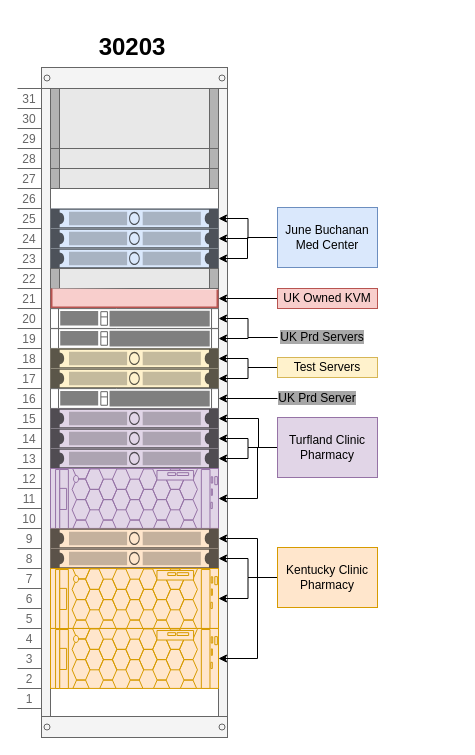
The draw.io diagram page "Page-2" (2 of 3) of Untitled Diagram.drawio in chazdky/Comp-Journals, before the edit. Source tidied: cells renumbered, new cells numbered last; positions are measured from the earlier drawing's top-left corner, leaving out a move shared by most shapes. Both pictures are drawn from the tidied source at 100%, with x=0, y=0 at pixel (17, 27).
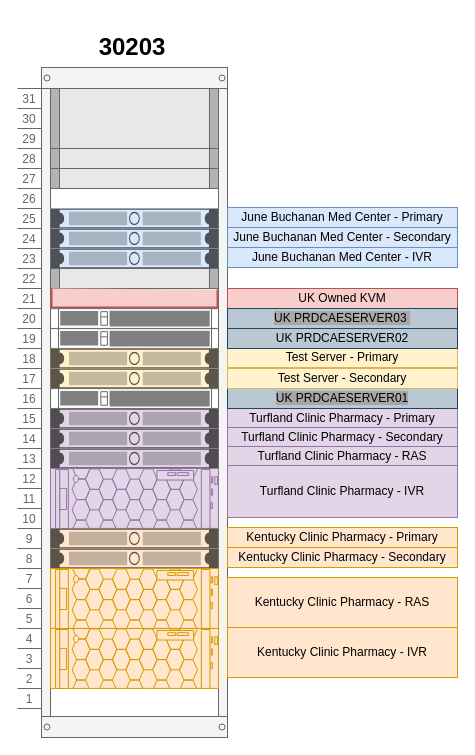
Above is the later version.

The change refers to these unchanged cells:
```xml
<mxCell id="6" style="strokeColor=#6c8ebf;html=1;labelPosition=right;align=left;spacingLeft=15;shadow=0;dashed=0;outlineConnect=0;shape=mxgraph.rack.general.1u_rack_server;fillColor=#dae8fc;" parent="2" vertex="1">
  <mxGeometry x="33" y="141" width="168" height="20" as="geometry" />
</mxCell>
<mxCell id="7" style="strokeColor=#6c8ebf;html=1;labelPosition=right;align=left;spacingLeft=15;shadow=0;dashed=0;outlineConnect=0;shape=mxgraph.rack.general.1u_rack_server;fillColor=#dae8fc;" parent="2" vertex="1">
  <mxGeometry x="33" y="161" width="168" height="20" as="geometry" />
</mxCell>
<mxCell id="8" style="strokeColor=#6c8ebf;html=1;labelPosition=right;align=left;spacingLeft=15;shadow=0;dashed=0;outlineConnect=0;shape=mxgraph.rack.general.1u_rack_server;fillColor=#dae8fc;" parent="2" vertex="1">
  <mxGeometry x="33" y="181" width="168" height="20" as="geometry" />
</mxCell>
<mxCell id="10" style="strokeColor=#b85450;html=1;labelPosition=right;align=left;spacingLeft=15;shadow=0;dashed=0;outlineConnect=0;shape=mxgraph.rackGeneral.shelf;fillColor=#f8cecc;" parent="2" vertex="1">
  <mxGeometry x="33" y="221" width="168" height="20" as="geometry" />
</mxCell>
<mxCell id="11" style="strokeColor=#666666;html=1;labelPosition=right;align=left;spacingLeft=15;shadow=0;dashed=0;outlineConnect=0;shape=mxgraph.rack.dell.poweredge_c4140;" parent="2" vertex="1">
  <mxGeometry x="33" y="241" width="168" height="20" as="geometry" />
</mxCell>
<mxCell id="12" style="strokeColor=#666666;html=1;labelPosition=right;align=left;spacingLeft=15;shadow=0;dashed=0;outlineConnect=0;shape=mxgraph.rack.dell.poweredge_c4140;" parent="2" vertex="1">
  <mxGeometry x="33" y="261" width="168" height="20" as="geometry" />
</mxCell>
<mxCell id="13" style="strokeColor=#d6b656;html=1;labelPosition=right;align=left;spacingLeft=15;shadow=0;dashed=0;outlineConnect=0;shape=mxgraph.rack.general.1u_rack_server;fillColor=#fff2cc;" parent="2" vertex="1">
  <mxGeometry x="33" y="281" width="168" height="20" as="geometry" />
</mxCell>
<mxCell id="14" style="strokeColor=#d6b656;html=1;labelPosition=right;align=left;spacingLeft=15;shadow=0;dashed=0;outlineConnect=0;shape=mxgraph.rack.general.1u_rack_server;fillColor=#fff2cc;" parent="2" vertex="1">
  <mxGeometry x="33" y="301" width="168" height="20" as="geometry" />
</mxCell>
<mxCell id="15" style="strokeColor=#666666;html=1;labelPosition=right;align=left;spacingLeft=15;shadow=0;dashed=0;outlineConnect=0;shape=mxgraph.rack.dell.poweredge_c4140;" parent="2" vertex="1">
  <mxGeometry x="33" y="321" width="168" height="20" as="geometry" />
</mxCell>
<mxCell id="16" style="strokeColor=#9673a6;html=1;labelPosition=right;align=left;spacingLeft=15;shadow=0;dashed=0;outlineConnect=0;shape=mxgraph.rack.general.1u_rack_server;fillColor=#e1d5e7;" parent="2" vertex="1">
  <mxGeometry x="33" y="341" width="168" height="20" as="geometry" />
</mxCell>
<mxCell id="17" style="strokeColor=#9673a6;html=1;labelPosition=right;align=left;spacingLeft=15;shadow=0;dashed=0;outlineConnect=0;shape=mxgraph.rack.general.1u_rack_server;fillColor=#e1d5e7;" parent="2" vertex="1">
  <mxGeometry x="33" y="361" width="168" height="20" as="geometry" />
</mxCell>
<mxCell id="18" style="strokeColor=#9673a6;html=1;labelPosition=right;align=left;spacingLeft=15;shadow=0;dashed=0;outlineConnect=0;shape=mxgraph.rack.general.1u_rack_server;fillColor=#e1d5e7;" parent="2" vertex="1">
  <mxGeometry x="33" y="381" width="168" height="20" as="geometry" />
</mxCell>
<mxCell id="19" style="strokeColor=#9673a6;html=1;labelPosition=right;align=left;spacingLeft=15;shadow=0;dashed=0;outlineConnect=0;shape=mxgraph.rack.dell.poweredge_r940;fillColor=#e1d5e7;" parent="2" vertex="1">
  <mxGeometry x="33" y="401" width="168" height="60" as="geometry" />
</mxCell>
<mxCell id="20" style="strokeColor=#d79b00;html=1;labelPosition=right;align=left;spacingLeft=15;shadow=0;dashed=0;outlineConnect=0;shape=mxgraph.rack.general.1u_rack_server;fillColor=#ffe6cc;" parent="2" vertex="1">
  <mxGeometry x="33" y="461" width="168" height="20" as="geometry" />
</mxCell>
<mxCell id="21" style="strokeColor=#d79b00;html=1;labelPosition=right;align=left;spacingLeft=15;shadow=0;dashed=0;outlineConnect=0;shape=mxgraph.rack.general.1u_rack_server;fillColor=#ffe6cc;" parent="2" vertex="1">
  <mxGeometry x="33" y="481" width="168" height="20" as="geometry" />
</mxCell>
<mxCell id="22" style="strokeColor=#d79b00;html=1;labelPosition=right;align=left;spacingLeft=15;shadow=0;dashed=0;outlineConnect=0;shape=mxgraph.rack.dell.poweredge_r940;fillColor=#ffe6cc;" parent="2" vertex="1">
  <mxGeometry x="33" y="501" width="168" height="60" as="geometry" />
</mxCell>
<mxCell id="23" style="strokeColor=#d79b00;html=1;labelPosition=right;align=left;spacingLeft=15;shadow=0;dashed=0;outlineConnect=0;shape=mxgraph.rack.dell.poweredge_r940;fillColor=#ffe6cc;" parent="2" vertex="1">
  <mxGeometry x="33" y="561" width="168" height="60" as="geometry" />
</mxCell>
```

Change to the diagram source:
```diff
@@
-    <mxCell id="25" style="edgeStyle=orthogonalEdgeStyle;rounded=0;jettySize=auto;html=1;" parent="1" edge="1" source="28" target="7">
-      <mxGeometry relative="1" as="geometry" />
-    </mxCell>
-    <mxCell id="26" style="edgeStyle=orthogonalEdgeStyle;rounded=0;jettySize=auto;html=1;" parent="1" edge="1" source="28" target="6">
-      <mxGeometry relative="1" as="geometry" />
-    </mxCell>
-    <mxCell id="27" style="edgeStyle=orthogonalEdgeStyle;rounded=0;jettySize=auto;html=1;" parent="1" edge="1" source="28" target="8">
-      <mxGeometry relative="1" as="geometry">
-        <Array as="points">
-          <mxPoint x="230" y="210" />
-          <mxPoint x="230" y="231" />
-        </Array>
-      </mxGeometry>
-    </mxCell>
-    <mxCell id="28" value="June Buchanan Med Center" style="text;html=1;strokeColor=#6c8ebf;fillColor=#dae8fc;align=center;verticalAlign=middle;whiteSpace=wrap;rounded=0;" parent="1" vertex="1">
-      <mxGeometry x="260" y="180" width="100" height="60" as="geometry" />
+    <mxCell id="28" value="June Buchanan Med Center - Primary" style="text;html=1;strokeColor=#6c8ebf;fillColor=#dae8fc;align=center;verticalAlign=middle;whiteSpace=wrap;rounded=0;" parent="1" vertex="1">
+      <mxGeometry x="210" y="180" width="230" height="20" as="geometry" />
     </mxCell>
-    <mxCell id="29" style="edgeStyle=orthogonalEdgeStyle;rounded=0;jettySize=auto;html=1;" parent="1" edge="1" source="30" target="10">
-      <mxGeometry relative="1" as="geometry" />
-    </mxCell>
     <mxCell id="30" value="UK Owned KVM" style="text;html=1;strokeColor=#b85450;fillColor=#f8cecc;align=center;verticalAlign=middle;whiteSpace=wrap;rounded=0;" parent="1" vertex="1">
-      <mxGeometry x="260" y="261" width="100" height="20" as="geometry" />
+      <mxGeometry x="210" y="261" width="230" height="20" as="geometry" />
     </mxCell>
-    <mxCell id="31" style="edgeStyle=orthogonalEdgeStyle;rounded=0;jettySize=auto;html=1;" parent="1" edge="1" source="33" target="13">
-      <mxGeometry relative="1" as="geometry" />
-    </mxCell>
-    <mxCell id="32" style="edgeStyle=orthogonalEdgeStyle;rounded=0;jettySize=auto;html=1;" parent="1" edge="1" source="33" target="14">
-      <mxGeometry relative="1" as="geometry" />
-    </mxCell>
-    <mxCell id="33" value="Test Servers" style="text;html=1;strokeColor=#d6b656;fillColor=#fff2cc;align=center;verticalAlign=middle;whiteSpace=wrap;rounded=0;" parent="1" vertex="1">
-      <mxGeometry x="260" y="330" width="100" height="20" as="geometry" />
+    <mxCell id="33" value="Test Server - Primary" style="text;html=1;strokeColor=#d6b656;fillColor=#fff2cc;align=center;verticalAlign=middle;whiteSpace=wrap;rounded=0;" parent="1" vertex="1">
+      <mxGeometry x="210" y="320" width="230" height="20" as="geometry" />
     </mxCell>
-    <mxCell id="34" style="edgeStyle=orthogonalEdgeStyle;rounded=0;jettySize=auto;html=1;" parent="1" edge="1" source="38" target="18">
-      <mxGeometry relative="1" as="geometry" />
-    </mxCell>
-    <mxCell id="35" style="edgeStyle=orthogonalEdgeStyle;rounded=0;jettySize=auto;html=1;" parent="1" edge="1" source="38" target="17">
-      <mxGeometry relative="1" as="geometry" />
-    </mxCell>
-    <mxCell id="36" style="edgeStyle=orthogonalEdgeStyle;rounded=0;jettySize=auto;html=1;" parent="1" edge="1" source="38" target="16">
-      <mxGeometry relative="1" as="geometry">
-        <Array as="points">
-          <mxPoint x="241" y="420" />
-          <mxPoint x="241" y="391" />
-        </Array>
-      </mxGeometry>
-    </mxCell>
-    <mxCell id="37" style="edgeStyle=orthogonalEdgeStyle;rounded=0;jettySize=auto;html=1;" parent="1" edge="1" source="38" target="19">
-      <mxGeometry relative="1" as="geometry">
-        <Array as="points">
-          <mxPoint x="240" y="420" />
-          <mxPoint x="240" y="471" />
-        </Array>
-      </mxGeometry>
-    </mxCell>
-    <mxCell id="38" value="Turfland Clinic Pharmacy" style="text;html=1;strokeColor=#9673a6;fillColor=#e1d5e7;align=center;verticalAlign=middle;whiteSpace=wrap;rounded=0;" parent="1" vertex="1">
-      <mxGeometry x="260" y="390" width="100" height="60" as="geometry" />
+    <mxCell id="38" value="Turfland Clinic Pharmacy - Primary" style="text;html=1;strokeColor=#9673a6;fillColor=#e1d5e7;align=center;verticalAlign=middle;whiteSpace=wrap;rounded=0;" parent="1" vertex="1">
+      <mxGeometry x="210" y="381" width="230" height="19" as="geometry" />
     </mxCell>
-    <mxCell id="39" style="edgeStyle=orthogonalEdgeStyle;rounded=0;jettySize=auto;html=1;" parent="1" edge="1" source="43" target="22">
-      <mxGeometry relative="1" as="geometry" />
-    </mxCell>
-    <mxCell id="40" style="edgeStyle=orthogonalEdgeStyle;rounded=0;jettySize=auto;html=1;" parent="1" edge="1" source="43" target="21">
-      <mxGeometry relative="1" as="geometry" />
-    </mxCell>
-    <mxCell id="41" style="edgeStyle=orthogonalEdgeStyle;rounded=0;jettySize=auto;html=1;" parent="1" edge="1" source="43" target="23">
-      <mxGeometry relative="1" as="geometry">
-        <Array as="points">
-          <mxPoint x="240" y="550" />
-          <mxPoint x="240" y="631" />
-        </Array>
-      </mxGeometry>
-    </mxCell>
-    <mxCell id="42" style="edgeStyle=orthogonalEdgeStyle;rounded=0;jettySize=auto;html=1;" parent="1" edge="1" source="43" target="20">
-      <mxGeometry relative="1" as="geometry">
-        <Array as="points">
-          <mxPoint x="240" y="550" />
-          <mxPoint x="240" y="511" />
-        </Array>
-      </mxGeometry>
-    </mxCell>
-    <mxCell id="43" value="Kentucky Clinic Pharmacy" style="text;html=1;strokeColor=#d79b00;fillColor=#ffe6cc;align=center;verticalAlign=middle;whiteSpace=wrap;rounded=0;" parent="1" vertex="1">
-      <mxGeometry x="260" y="520" width="100" height="60" as="geometry" />
+    <mxCell id="43" value="Kentucky Clinic Pharmacy - Primary" style="text;html=1;strokeColor=#d79b00;fillColor=#ffe6cc;align=center;verticalAlign=middle;whiteSpace=wrap;rounded=0;" parent="1" vertex="1">
+      <mxGeometry x="210" y="500" width="230" height="20" as="geometry" />
     </mxCell>
-    <mxCell id="44" style="edgeStyle=orthogonalEdgeStyle;rounded=0;jettySize=auto;html=1;" parent="1" edge="1" source="46" target="12">
-      <mxGeometry relative="1" as="geometry" />
-    </mxCell>
-    <mxCell id="45" style="edgeStyle=orthogonalEdgeStyle;rounded=0;jettySize=auto;html=1;" parent="1" edge="1" source="46" target="11">
-      <mxGeometry relative="1" as="geometry" />
-    </mxCell>
-    <mxCell id="46" value="&lt;span style=&quot;background-color: rgb(168 , 168 , 168)&quot;&gt;UK Prd Servers&lt;/span&gt;" style="text;html=1;strokeColor=none;fillColor=none;align=center;verticalAlign=middle;whiteSpace=wrap;rounded=0;" parent="1" vertex="1">
-      <mxGeometry x="260" y="300" width="90" height="20" as="geometry" />
+    <mxCell id="46" value="&lt;span style=&quot;background-color: rgb(168 , 168 , 168)&quot;&gt;UK PRDCAESERVER03&amp;nbsp;&lt;/span&gt;" style="text;html=1;strokeColor=#23445d;fillColor=#bac8d3;align=center;verticalAlign=middle;whiteSpace=wrap;rounded=0;" parent="1" vertex="1">
+      <mxGeometry x="210" y="281" width="230" height="20" as="geometry" />
     </mxCell>
-    <mxCell id="47" style="edgeStyle=orthogonalEdgeStyle;rounded=0;jettySize=auto;html=1;" parent="1" edge="1" source="48" target="15">
-      <mxGeometry relative="1" as="geometry" />
-    </mxCell>
-    <mxCell id="48" value="&lt;span style=&quot;background-color: rgb(166 , 166 , 166)&quot;&gt;UK Prd Server&lt;/span&gt;" style="text;html=1;strokeColor=none;fillColor=none;align=center;verticalAlign=middle;whiteSpace=wrap;rounded=0;" parent="1" vertex="1">
-      <mxGeometry x="260" y="361" width="80" height="20" as="geometry" />
+    <mxCell id="48" value="&lt;span style=&quot;background-color: rgb(166 , 166 , 166)&quot;&gt;UK PRDCAESERVER01&lt;/span&gt;" style="text;html=1;strokeColor=#23445d;fillColor=#bac8d3;align=center;verticalAlign=middle;whiteSpace=wrap;rounded=0;" parent="1" vertex="1">
+      <mxGeometry x="210" y="361" width="230" height="20" as="geometry" />
     </mxCell>
+    <mxCell id="49" value="June Buchanan Med Center - Secondary" style="text;html=1;strokeColor=#6c8ebf;fillColor=#dae8fc;align=center;verticalAlign=middle;whiteSpace=wrap;rounded=0;" parent="1" vertex="1">
+      <mxGeometry x="210" y="200" width="230" height="20" as="geometry" />
+    </mxCell>
+    <mxCell id="50" value="June Buchanan Med Center - IVR" style="text;html=1;strokeColor=#6c8ebf;fillColor=#dae8fc;align=center;verticalAlign=middle;whiteSpace=wrap;rounded=0;" parent="1" vertex="1">
+      <mxGeometry x="210" y="220" width="230" height="20" as="geometry" />
+    </mxCell>
+    <mxCell id="51" value="Test Server - Secondary" style="text;html=1;strokeColor=#d6b656;fillColor=#fff2cc;align=center;verticalAlign=middle;whiteSpace=wrap;rounded=0;" parent="1" vertex="1">
+      <mxGeometry x="210" y="341" width="230" height="20" as="geometry" />
+    </mxCell>
+    <mxCell id="52" value="Turfland Clinic Pharmacy - Secondary" style="text;html=1;strokeColor=#9673a6;fillColor=#e1d5e7;align=center;verticalAlign=middle;whiteSpace=wrap;rounded=0;" parent="1" vertex="1">
+      <mxGeometry x="210" y="400" width="230" height="19" as="geometry" />
+    </mxCell>
+    <mxCell id="53" value="Turfland Clinic Pharmacy - RAS" style="text;html=1;strokeColor=#9673a6;fillColor=#e1d5e7;align=center;verticalAlign=middle;whiteSpace=wrap;rounded=0;" parent="1" vertex="1">
+      <mxGeometry x="210" y="419" width="230" height="19" as="geometry" />
+    </mxCell>
+    <mxCell id="54" value="Turfland Clinic Pharmacy - IVR" style="text;html=1;strokeColor=#9673a6;fillColor=#e1d5e7;align=center;verticalAlign=middle;whiteSpace=wrap;rounded=0;" parent="1" vertex="1">
+      <mxGeometry x="210" y="438" width="230" height="52" as="geometry" />
+    </mxCell>
+    <mxCell id="55" value="Kentucky Clinic Pharmacy - Secondary" style="text;html=1;strokeColor=#d79b00;fillColor=#ffe6cc;align=center;verticalAlign=middle;whiteSpace=wrap;rounded=0;" parent="1" vertex="1">
+      <mxGeometry x="210" y="520" width="230" height="20" as="geometry" />
+    </mxCell>
+    <mxCell id="56" value="Kentucky Clinic Pharmacy - RAS" style="text;html=1;strokeColor=#d79b00;fillColor=#ffe6cc;align=center;verticalAlign=middle;whiteSpace=wrap;rounded=0;" parent="1" vertex="1">
+      <mxGeometry x="210" y="550" width="230" height="50" as="geometry" />
+    </mxCell>
+    <mxCell id="57" value="Kentucky Clinic Pharmacy - IVR" style="text;html=1;strokeColor=#d79b00;fillColor=#ffe6cc;align=center;verticalAlign=middle;whiteSpace=wrap;rounded=0;" parent="1" vertex="1">
+      <mxGeometry x="210" y="600" width="230" height="50" as="geometry" />
+    </mxCell>
+    <mxCell id="58" value="UK PRDCAESERVER02" style="text;html=1;strokeColor=#23445d;fillColor=#bac8d3;align=center;verticalAlign=middle;whiteSpace=wrap;rounded=0;" parent="1" vertex="1">
+      <mxGeometry x="210" y="301" width="230" height="20" as="geometry" />
+    </mxCell>
```
